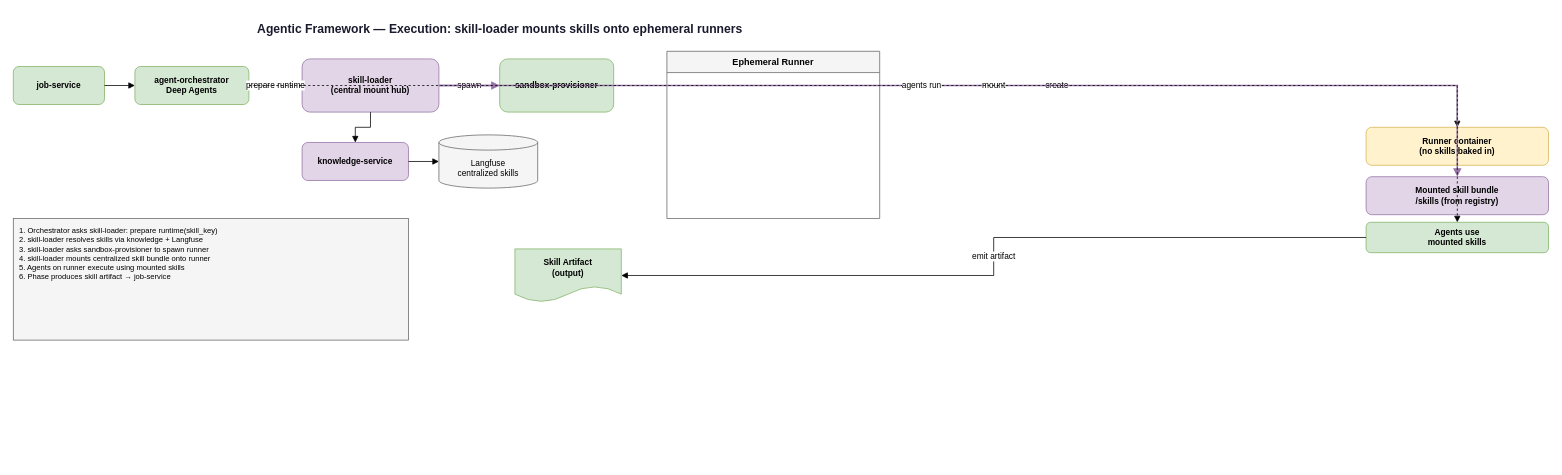
The draw.io diagram docs/05-execution-runners.drawio in shivank22/ICE, before the edit. Source tidied: cells renumbered, new cells numbered last; positions are measured from the earlier drawing's top-left corner, leaving out a move shared by most shapes. Both pictures are drawn from the tidied source at 76%, with x=0, y=0 at pixel (13, 13).
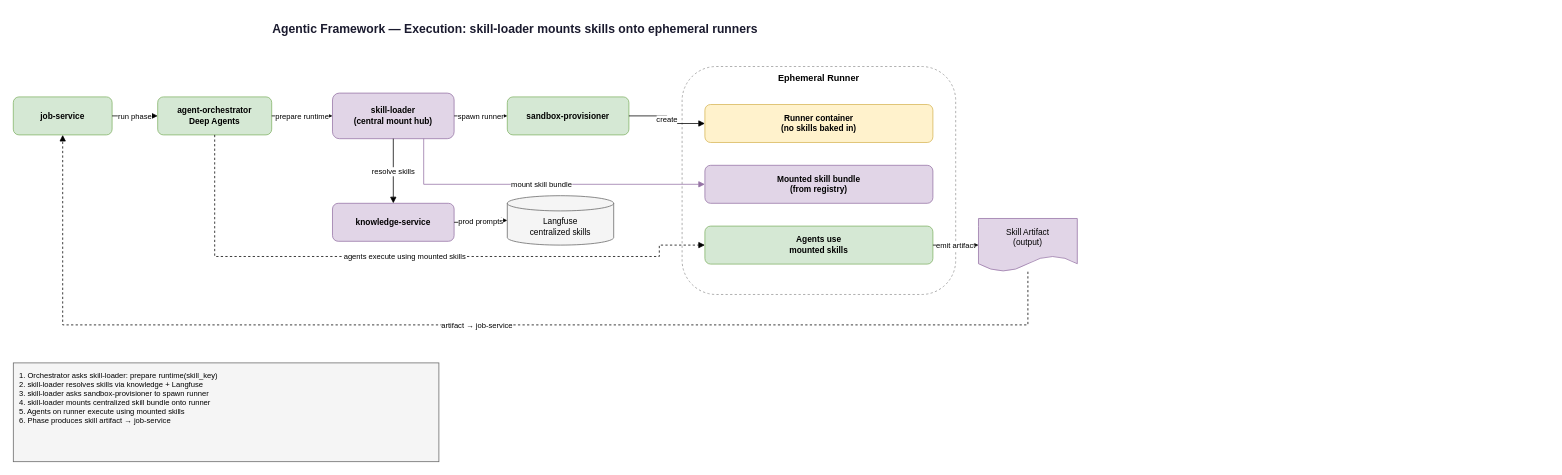
Above is the later version.

The edit, as a diff of the source:
```diff
@@
     <mxCell id="2" value="Agentic Framework — Execution: skill-loader mounts skills onto ephemeral runners" style="text;html=1;strokeColor=none;fillColor=none;align=center;verticalAlign=middle;fontStyle=1;fontSize=16;fontColor=#1a1a2e;" parent="1" vertex="1">
-      <mxGeometry x="40" width="1200" height="40" as="geometry" />
+      <mxGeometry x="160" width="1000" height="40" as="geometry" />
     </mxCell>
-    <mxCell id="3" value="job-service" style="rounded=1;whiteSpace=wrap;html=1;fillColor=#d5e8d4;strokeColor=#82b366;fontSize=11;fontStyle=1;" parent="1" vertex="1">
-      <mxGeometry y="70" width="120" height="50" as="geometry" />
+    <mxCell id="3" value="job-service" style="rounded=1;whiteSpace=wrap;html=1;fontSize=11;fontStyle=1;fillColor=#d5e8d4;strokeColor=#82b366;" parent="1" vertex="1">
+      <mxGeometry y="110" width="130" height="50" as="geometry" />
     </mxCell>
-    <mxCell id="4" value="agent-orchestrator&#10;Deep Agents" style="rounded=1;whiteSpace=wrap;html=1;fillColor=#d5e8d4;strokeColor=#82b366;fontSize=11;fontStyle=1;" parent="1" vertex="1">
-      <mxGeometry x="160" y="70" width="150" height="50" as="geometry" />
+    <mxCell id="4" value="agent-orchestrator&#10;Deep Agents" style="rounded=1;whiteSpace=wrap;html=1;fontSize=11;fontStyle=1;fillColor=#d5e8d4;strokeColor=#82b366;" parent="1" vertex="1">
+      <mxGeometry x="190" y="110" width="150" height="50" as="geometry" />
     </mxCell>
-    <mxCell id="5" value="skill-loader&#10;(central mount hub)" style="rounded=1;whiteSpace=wrap;html=1;fillColor=#e1d5e7;strokeColor=#9673a6;fontSize=11;fontStyle=1;" parent="1" vertex="1">
-      <mxGeometry x="380" y="60" width="180" height="70" as="geometry" />
+    <mxCell id="5" value="skill-loader&#10;(central mount hub)" style="rounded=1;whiteSpace=wrap;html=1;fontSize=11;fontStyle=1;fillColor=#e1d5e7;strokeColor=#9673a6;" parent="1" vertex="1">
+      <mxGeometry x="420" y="105" width="160" height="60" as="geometry" />
     </mxCell>
+    <mxCell id="8" value="sandbox-provisioner" style="rounded=1;whiteSpace=wrap;html=1;fontSize=11;fontStyle=1;fillColor=#d5e8d4;strokeColor=#82b366;" parent="1" vertex="1">
+      <mxGeometry x="650" y="110" width="160" height="50" as="geometry" />
+    </mxCell>
-    <mxCell id="6" value="knowledge-service" style="rounded=1;whiteSpace=wrap;html=1;fillColor=#e1d5e7;strokeColor=#9673a6;fontSize=11;fontStyle=1;" parent="1" vertex="1">
-      <mxGeometry x="380" y="170" width="140" height="50" as="geometry" />
+    <mxCell id="6" value="knowledge-service" style="rounded=1;whiteSpace=wrap;html=1;fontSize=11;fontStyle=1;fillColor=#e1d5e7;strokeColor=#9673a6;" parent="1" vertex="1">
+      <mxGeometry x="420" y="250" width="160" height="50" as="geometry" />
     </mxCell>
-    <mxCell id="7" value="Langfuse&#10;centralized skills" style="shape=cylinder3;whiteSpace=wrap;html=1;boundedLbl=1;backgroundOutline=1;size=10;fillColor=#f5f5f5;strokeColor=#666666;fontSize=11;" parent="1" vertex="1">
-      <mxGeometry x="560" y="160" width="130" height="70" as="geometry" />
+    <mxCell id="7" value="Langfuse&#10;centralized skills" style="shape=cylinder3;whiteSpace=wrap;html=1;boundedLbl=1;backgroundOutline=1;size=10;fontSize=11;fillColor=#f5f5f5;strokeColor=#666666;" parent="1" vertex="1">
+      <mxGeometry x="650" y="240" width="140" height="65" as="geometry" />
     </mxCell>
-    <mxCell id="8" value="sandbox-provisioner" style="rounded=1;whiteSpace=wrap;html=1;fillColor=#d5e8d4;strokeColor=#82b366;fontSize=11;fontStyle=1;" parent="1" vertex="1">
-      <mxGeometry x="640" y="60" width="150" height="70" as="geometry" />
-    </mxCell>
-    <mxCell id="9" value="Ephemeral Runner" style="swimlane;startSize=28;fillColor=#f5f5f5;strokeColor=#666666;fontStyle=1;fontSize=12;" parent="1" vertex="1">
-      <mxGeometry x="860" y="50" width="280" height="220" as="geometry" />
+    <mxCell id="9" value="Ephemeral Runner" style="rounded=1;whiteSpace=wrap;html=1;verticalAlign=top;fontStyle=1;fontSize=12;fillColor=none;strokeColor=#999999;dashed=1;spacingTop=2;" parent="1" vertex="1">
+      <mxGeometry x="880" y="70" width="360" height="300" as="geometry" />
     </mxCell>
-    <mxCell id="10" value="Runner container&#10;(no skills baked in)" style="rounded=1;whiteSpace=wrap;html=1;fillColor=#fff2cc;strokeColor=#d6b656;fontSize=11;fontStyle=1;" parent="9" vertex="1">
-      <mxGeometry x="920" y="100" width="240" height="50" as="geometry" />
+    <mxCell id="10" value="Runner container&#10;(no skills baked in)" style="rounded=1;whiteSpace=wrap;html=1;fontSize=11;fontStyle=1;fillColor=#fff2cc;strokeColor=#d6b656;" parent="1" vertex="1">
+      <mxGeometry x="910" y="120" width="300" height="50" as="geometry" />
     </mxCell>
-    <mxCell id="11" value="Mounted skill bundle&#10;/skills (from registry)" style="rounded=1;whiteSpace=wrap;html=1;fillColor=#e1d5e7;strokeColor=#9673a6;fontSize=11;fontStyle=1;" parent="9" vertex="1">
-      <mxGeometry x="920" y="165" width="240" height="50" as="geometry" />
-    </mxCell>
+    <mxCell id="24" value="Mounted skill bundle&#10;(from registry)" style="rounded=1;whiteSpace=wrap;html=1;fontSize=11;fontStyle=1;fillColor=#e1d5e7;strokeColor=#9673a6;" parent="1" vertex="1">
+      <mxGeometry x="910" y="200" width="300" height="50" as="geometry" />
+    </mxCell>
-    <mxCell id="12" value="Agents use&#10;mounted skills" style="rounded=1;whiteSpace=wrap;html=1;fillColor=#d5e8d4;strokeColor=#82b366;fontSize=11;fontStyle=1;" parent="9" vertex="1">
-      <mxGeometry x="920" y="225" width="240" height="40" as="geometry" />
+    <mxCell id="12" value="Agents use&#10;mounted skills" style="rounded=1;whiteSpace=wrap;html=1;fontSize=11;fontStyle=1;fillColor=#d5e8d4;strokeColor=#82b366;" parent="1" vertex="1">
+      <mxGeometry x="910" y="280" width="300" height="50" as="geometry" />
     </mxCell>
+    <mxCell id="14" value="Skill Artifact&#10;(output)" style="shape=document;whiteSpace=wrap;html=1;boundedLbl=1;fontSize=11;fillColor=#e1d5e7;strokeColor=#9673a6;" parent="1" vertex="1">
+      <mxGeometry x="1270" y="270" width="130" height="70" as="geometry" />
+    </mxCell>
-    <mxCell id="13" value="1. Orchestrator asks skill-loader: prepare runtime(skill_key)&#10;2. skill-loader resolves skills via knowledge + Langfuse&#10;3. skill-loader asks sandbox-provisioner to spawn runner&#10;4. skill-loader mounts centralized skill bundle onto runner&#10;5. Agents on runner execute using mounted skills&#10;6. Phase produces skill artifact → job-service" style="rounded=0;whiteSpace=wrap;html=1;align=left;verticalAlign=top;fillColor=#f5f5f5;strokeColor=#666666;fontSize=10;spacingLeft=6;spacingTop=4;" parent="1" vertex="1">
-      <mxGeometry y="270" width="520" height="160" as="geometry" />
+    <mxCell id="13" value="1. Orchestrator asks skill-loader: prepare runtime(skill_key)&#10;2. skill-loader resolves skills via knowledge + Langfuse&#10;3. skill-loader asks sandbox-provisioner to spawn runner&#10;4. skill-loader mounts centralized skill bundle onto runner&#10;5. Agents on runner execute using mounted skills&#10;6. Phase produces skill artifact → job-service" style="rounded=0;whiteSpace=wrap;html=1;align=left;verticalAlign=top;fontSize=10;spacingLeft=6;spacingTop=4;fillColor=#f5f5f5;strokeColor=#666666;" parent="1" vertex="1">
+      <mxGeometry y="460" width="560" height="130" as="geometry" />
     </mxCell>
-    <mxCell id="14" value="Skill Artifact&#10;(output)" style="shape=document;whiteSpace=wrap;html=1;boundedLbl=1;fillColor=#d5e8d4;strokeColor=#82b366;fontSize=11;fontStyle=1;" parent="1" vertex="1">
-      <mxGeometry x="660" y="310" width="140" height="70" as="geometry" />
-    </mxCell>
-    <mxCell id="15" style="edgeStyle=orthogonalEdgeStyle;rounded=0;html=1;endArrow=block;endFill=1;strokeWidth=1;" parent="1" edge="1" source="3" target="4">
+    <mxCell id="15" value="run phase" style="edgeStyle=orthogonalEdgeStyle;rounded=0;html=1;endArrow=block;endFill=1;strokeWidth=1;fontSize=10;labelBackgroundColor=#ffffff;exitX=1;exitY=0.5;exitDx=0;exitDy=0;entryX=0;entryY=0.5;entryDx=0;entryDy=0;" parent="1" edge="1" source="3" target="4">
       <mxGeometry relative="1" as="geometry" />
     </mxCell>
-    <mxCell id="16" value="prepare runtime" style="edgeStyle=orthogonalEdgeStyle;rounded=0;html=1;endArrow=block;endFill=1;strokeWidth=1;" parent="1" edge="1" source="4" target="5">
+    <mxCell id="16" value="prepare runtime" style="edgeStyle=orthogonalEdgeStyle;rounded=0;html=1;endArrow=block;endFill=1;strokeWidth=1;fontSize=10;labelBackgroundColor=#ffffff;exitX=1;exitY=0.5;exitDx=0;exitDy=0;entryX=0;entryY=0.5;entryDx=0;entryDy=0;" parent="1" edge="1" source="4" target="5">
       <mxGeometry relative="1" as="geometry" />
     </mxCell>
-    <mxCell id="17" style="edgeStyle=orthogonalEdgeStyle;rounded=0;html=1;endArrow=block;endFill=1;strokeWidth=1;" parent="1" edge="1" source="5" target="6">
+    <mxCell id="17" value="resolve skills" style="edgeStyle=orthogonalEdgeStyle;rounded=0;html=1;endArrow=block;endFill=1;strokeWidth=1;fontSize=10;labelBackgroundColor=#ffffff;exitX=0.5;exitY=1;exitDx=0;exitDy=0;entryX=0.5;entryY=0;entryDx=0;entryDy=0;" parent="1" edge="1" source="5" target="6">
       <mxGeometry relative="1" as="geometry" />
     </mxCell>
-    <mxCell id="18" style="edgeStyle=orthogonalEdgeStyle;rounded=0;html=1;endArrow=block;endFill=1;strokeWidth=1;" parent="1" edge="1" source="6" target="7">
+    <mxCell id="18" value="prod prompts" style="edgeStyle=orthogonalEdgeStyle;rounded=0;html=1;endArrow=block;endFill=1;strokeWidth=1;fontSize=10;labelBackgroundColor=#ffffff;exitX=1;exitY=0.5;exitDx=0;exitDy=0;entryX=0;entryY=0.5;entryDx=0;entryDy=0;" parent="1" edge="1" source="6" target="7">
       <mxGeometry relative="1" as="geometry" />
     </mxCell>
-    <mxCell id="19" value="spawn" style="edgeStyle=orthogonalEdgeStyle;rounded=0;html=1;endArrow=block;endFill=1;strokeWidth=2;strokeColor=#9673a6;" parent="1" edge="1" source="5" target="8">
+    <mxCell id="19" value="spawn runner" style="edgeStyle=orthogonalEdgeStyle;rounded=0;html=1;endArrow=block;endFill=1;strokeWidth=1;fontSize=10;labelBackgroundColor=#ffffff;exitX=1;exitY=0.5;exitDx=0;exitDy=0;entryX=0;entryY=0.5;entryDx=0;entryDy=0;" parent="1" edge="1" source="5" target="8">
       <mxGeometry relative="1" as="geometry" />
     </mxCell>
-    <mxCell id="20" value="create" style="edgeStyle=orthogonalEdgeStyle;rounded=0;html=1;endArrow=block;endFill=1;strokeWidth=1;" parent="1" edge="1" source="8" target="10">
+    <mxCell id="20" value="create" style="edgeStyle=orthogonalEdgeStyle;rounded=0;html=1;endArrow=block;endFill=1;strokeWidth=1;fontSize=10;labelBackgroundColor=#ffffff;exitX=1;exitY=0.5;exitDx=0;exitDy=0;entryX=0;entryY=0.5;entryDx=0;entryDy=0;" parent="1" edge="1" source="8" target="10">
       <mxGeometry relative="1" as="geometry" />
     </mxCell>
-    <mxCell id="21" value="mount" style="edgeStyle=orthogonalEdgeStyle;rounded=0;html=1;endArrow=block;endFill=1;strokeWidth=2;strokeColor=#9673a6;" parent="1" edge="1" source="5" target="11">
-      <mxGeometry relative="1" as="geometry" />
+    <mxCell id="21" value="mount skill bundle" style="edgeStyle=orthogonalEdgeStyle;rounded=0;html=1;endArrow=block;endFill=1;strokeWidth=1;fontSize=10;labelBackgroundColor=#ffffff;strokeColor=#9673a6;exitX=0.75;exitY=1;exitDx=0;exitDy=0;entryX=0;entryY=0.5;entryDx=0;entryDy=0;" parent="1" edge="1" source="5" target="24">
+      <mxGeometry relative="1" as="geometry">
+        <Array as="points">
+          <mxPoint x="540" y="225" />
+          <mxPoint x="540" y="225" />
+        </Array>
+      </mxGeometry>
     </mxCell>
-    <mxCell id="22" value="agents run" style="edgeStyle=orthogonalEdgeStyle;rounded=0;html=1;endArrow=block;endFill=1;dashed=1;strokeWidth=1;" parent="1" edge="1" source="4" target="12">
-      <mxGeometry relative="1" as="geometry" />
+    <mxCell id="22" value="agents execute using mounted skills" style="edgeStyle=orthogonalEdgeStyle;rounded=0;html=1;endArrow=block;endFill=1;strokeWidth=1;fontSize=10;labelBackgroundColor=#ffffff;dashed=1;exitX=0.5;exitY=1;exitDx=0;exitDy=0;entryX=0;entryY=0.5;entryDx=0;entryDy=0;" parent="1" edge="1" source="4" target="12">
+      <mxGeometry relative="1" as="geometry">
+        <Array as="points">
+          <mxPoint x="265" y="320" />
+          <mxPoint x="850" y="320" />
+          <mxPoint x="850" y="305" />
+        </Array>
+      </mxGeometry>
     </mxCell>
-    <mxCell id="23" value="emit artifact" style="edgeStyle=orthogonalEdgeStyle;rounded=0;html=1;endArrow=block;endFill=1;strokeWidth=1;" parent="1" edge="1" source="12" target="14">
+    <mxCell id="23" value="emit artifact" style="edgeStyle=orthogonalEdgeStyle;rounded=0;html=1;endArrow=block;endFill=1;strokeWidth=1;fontSize=10;labelBackgroundColor=#ffffff;exitX=1;exitY=0.5;exitDx=0;exitDy=0;entryX=0;entryY=0.5;entryDx=0;entryDy=0;" parent="1" edge="1" source="12" target="14">
       <mxGeometry relative="1" as="geometry" />
     </mxCell>
+    <mxCell id="25" value="artifact → job-service" style="edgeStyle=orthogonalEdgeStyle;rounded=0;html=1;endArrow=block;endFill=1;strokeWidth=1;fontSize=10;labelBackgroundColor=#ffffff;dashed=1;exitX=0.5;exitY=1;exitDx=0;exitDy=0;entryX=0.5;entryY=1;entryDx=0;entryDy=0;" parent="1" edge="1" source="14" target="3">
+      <mxGeometry relative="1" as="geometry">
+        <Array as="points">
+          <mxPoint x="1335" y="410" />
+          <mxPoint x="65" y="410" />
+        </Array>
+      </mxGeometry>
+    </mxCell>
```
